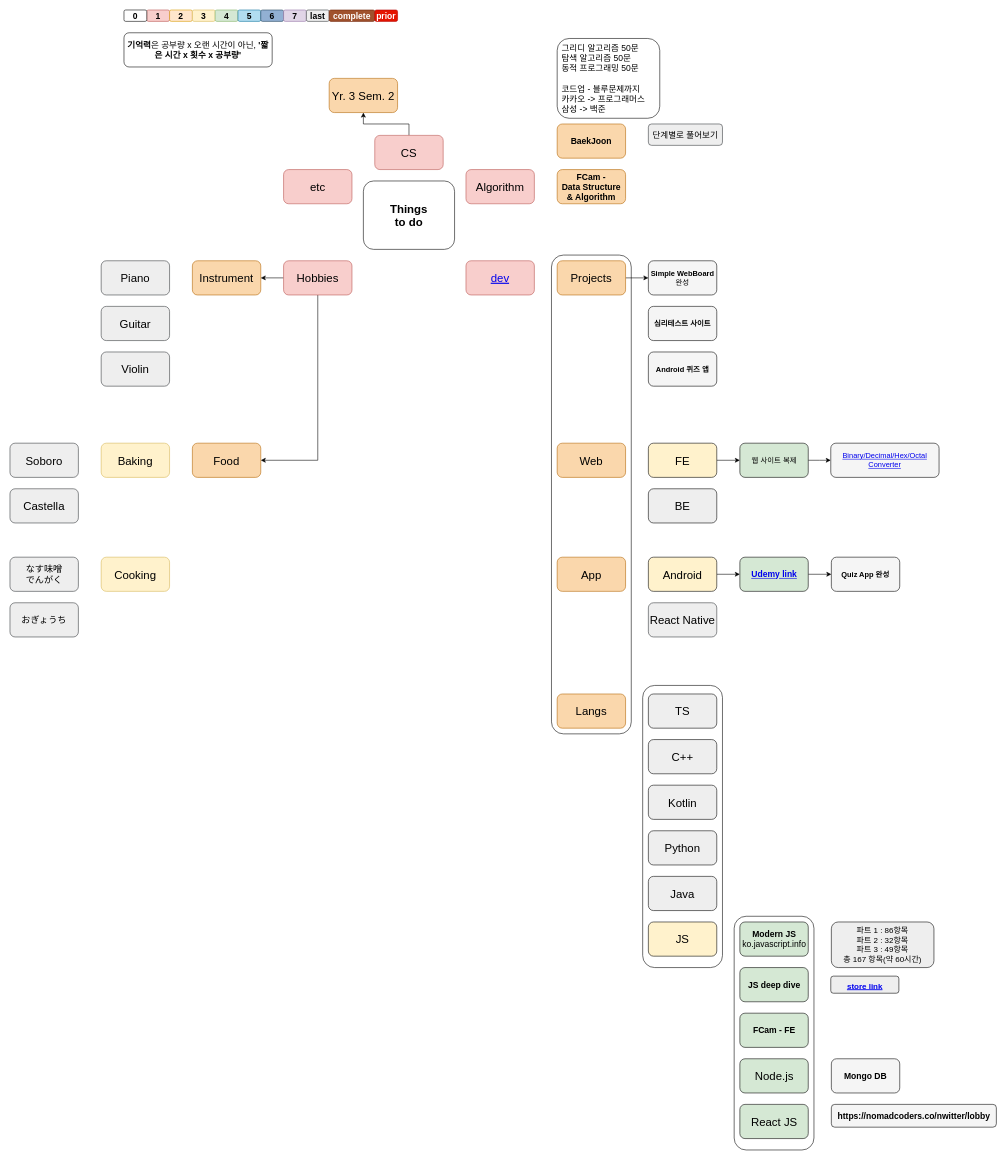
This is page "Main" (1 of 2) of plan_mapping.drawio from Deanioche/Deanioche, a draw.io file, before an edit. Source tidied: cells renumbered, new cells numbered last; positions are measured from the earlier drawing's top-left corner, leaving out a move shared by most shapes. Both pictures are drawn from the tidied source at 57%, with x=0, y=0 at pixel (10, 10).
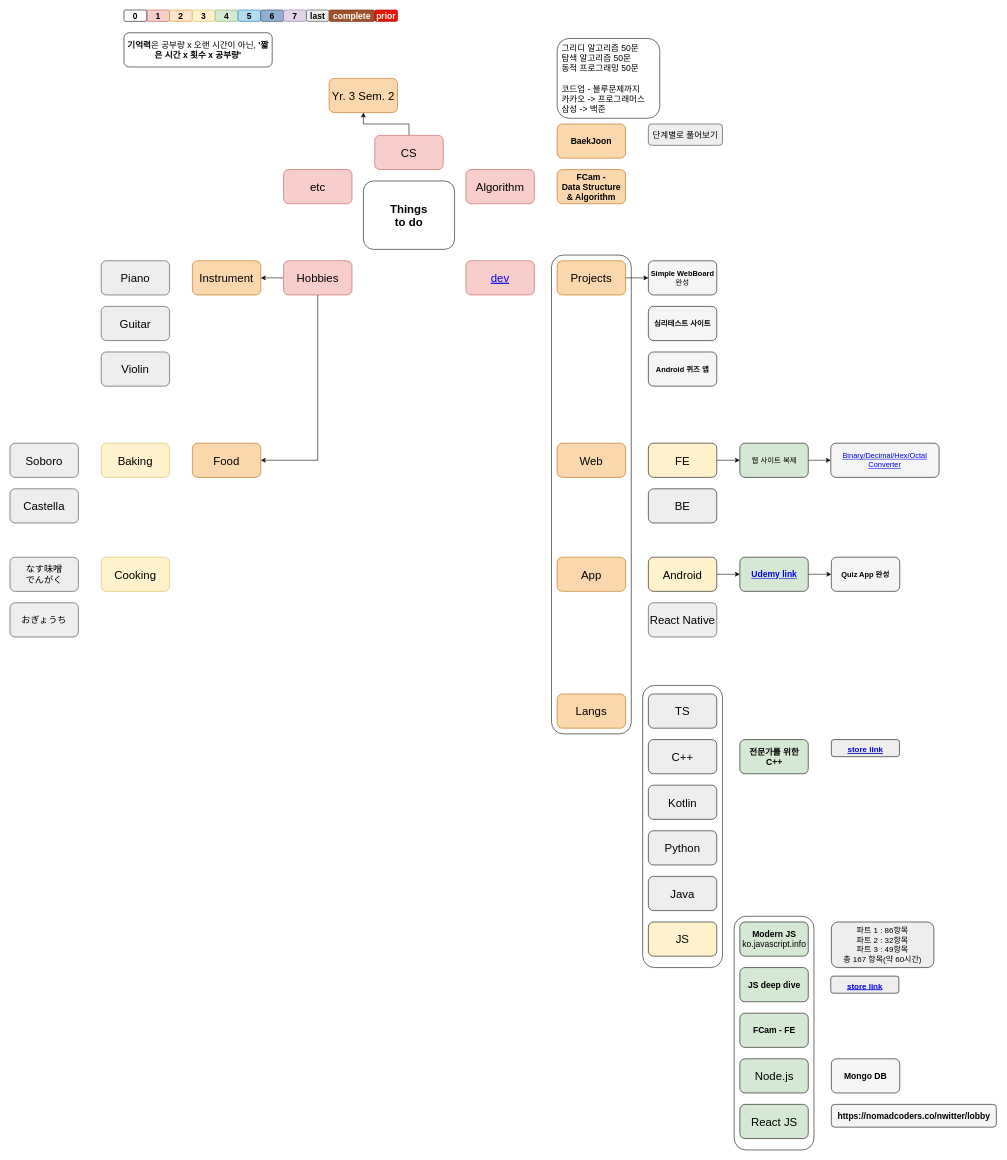
The same page after the edit.

What changed in the source:
```diff
@@
+    <mxCell id="77" value="&lt;b&gt;전문가를 위한 C++&lt;/b&gt;" style="rounded=1;whiteSpace=wrap;html=1;fontSize=15;strokeColor=default;fillColor=#d5e8d4;align=center;fontColor=default;labelBackgroundColor=none;" parent="1" vertex="1">
+      <mxGeometry x="1280.5" y="1280" width="120" height="60" as="geometry" />
+    </mxCell>
+    <mxCell id="78" value="&lt;div style=&quot;text-align: left&quot;&gt;&lt;span style=&quot;font-size: 14px&quot;&gt;&lt;b&gt;&lt;u&gt;&lt;a href=&quot;http://www.yes24.com/Product/Goods/77669043&quot;&gt;store link&lt;/a&gt;&lt;/u&gt;&lt;/b&gt;&lt;/span&gt;&lt;/div&gt;" style="rounded=1;whiteSpace=wrap;html=1;fontSize=20;fillColor=#eeeeee;strokeColor=default;fontColor=default;fontStyle=0;labelBackgroundColor=none;" parent="1" vertex="1">
+      <mxGeometry x="1441" y="1280" width="119.5" height="30" as="geometry" />
+    </mxCell>
```
